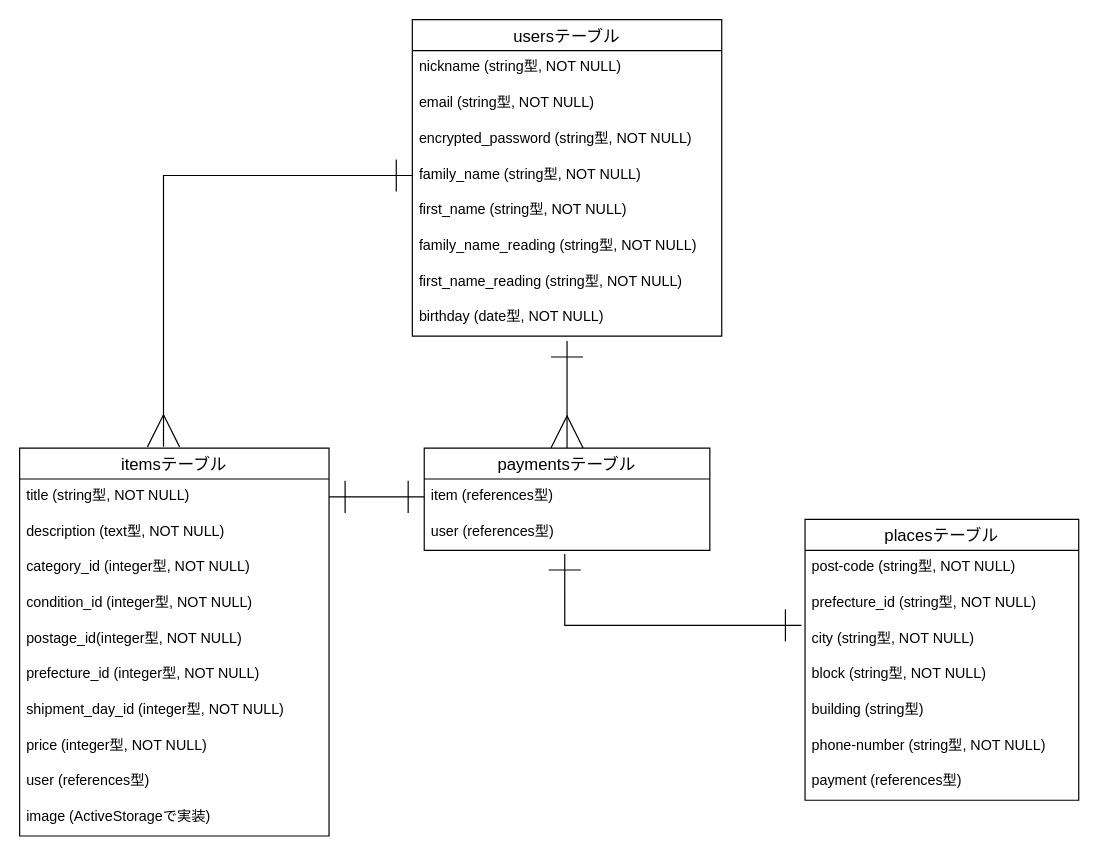
Above: ER.dio in haidi-belltree/furima-32393 (draw.io), before the change. Source tidied: cells renumbered, new cells numbered last; positions are measured from the earlier drawing's top-left corner, leaving out a move shared by most shapes. Both pictures are drawn from the tidied source at 119%, with x=0, y=0 at pixel (19, 19).
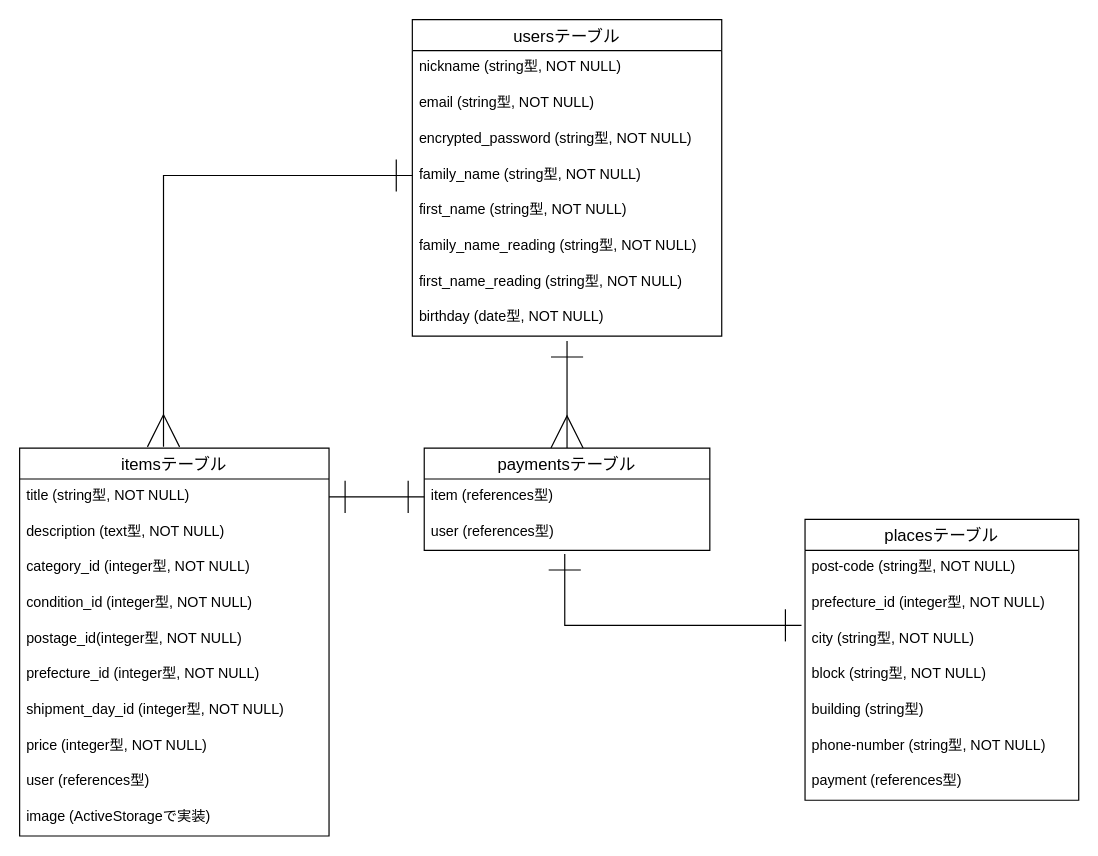
Above is the later version.

Unchanged cells that the change refers to:
```xml
<mxCell id="22" value="placesテーブル" style="swimlane;fontStyle=0;horizontal=1;startSize=26;align=center;fontSize=14;" parent="1" vertex="1">
  <mxGeometry x="660" y="420" width="230" height="236" as="geometry" />
</mxCell>
```

Diff of the diagram source:
```diff
@@
-    <mxCell id="24" value="prefecture_id (string型, NOT NULL)" style="text;strokeColor=none;fillColor=none;spacingLeft=4;spacingRight=4;overflow=hidden;fontSize=12;" parent="22" vertex="1">
+    <mxCell id="24" value="prefecture_id (integer型, NOT NULL)" style="text;strokeColor=none;fillColor=none;spacingLeft=4;spacingRight=4;overflow=hidden;fontSize=12;" parent="22" vertex="1">
       <mxGeometry y="56" width="230" height="30" as="geometry" />
     </mxCell>
```
